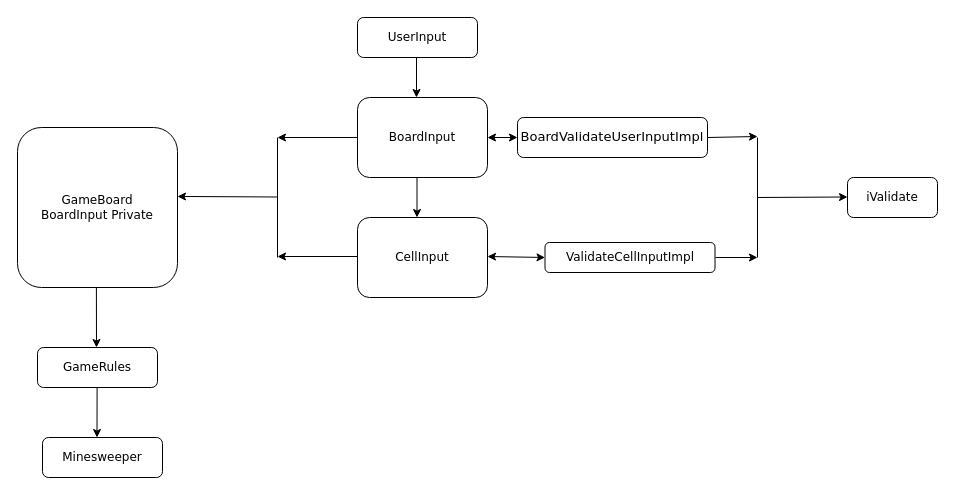
The draw.io diagram RefactoredMinesweeperr.drawio in Sree-Vidhya/MinesweeperSimple, before the edit. Source tidied: cells renumbered, new cells numbered last; positions are measured from the earlier drawing's top-left corner, leaving out a move shared by most shapes. Both pictures are drawn from the tidied source at 100%, with x=0, y=0 at pixel (17, 17).
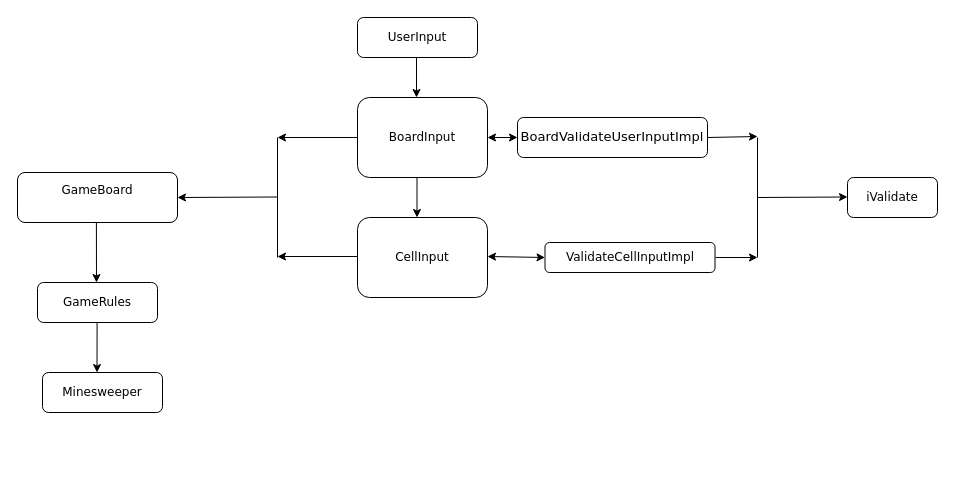
The same page after the edit.

The edit, as a diff of the source:
```diff
@@
-    <mxCell id="16" value="&lt;div&gt;&lt;font face=&quot;Verdana&quot;&gt;GameBoard&lt;/font&gt;&lt;/div&gt;&lt;div&gt;&lt;font face=&quot;Verdana&quot;&gt;BoardInput Private&lt;br&gt;&lt;/font&gt;&lt;/div&gt;" style="rounded=1;whiteSpace=wrap;html=1;" parent="1" vertex="1">
-      <mxGeometry y="110" width="160" height="160" as="geometry" />
+    <mxCell id="16" value="&lt;div&gt;&lt;font face=&quot;Verdana&quot;&gt;GameBoard&lt;/font&gt;&lt;/div&gt;&lt;div&gt;&lt;font face=&quot;Verdana&quot;&gt;&lt;br&gt;&lt;/font&gt;&lt;/div&gt;" style="rounded=1;whiteSpace=wrap;html=1;" parent="1" vertex="1">
+      <mxGeometry y="155" width="160" height="50" as="geometry" />
     </mxCell>
@@
-    <mxCell id="20" style="endArrow=classic;html=1;entryX=1;entryY=0.431;entryDx=0;entryDy=0;entryPerimeter=0;" parent="1" edge="1" target="16">
+    <mxCell id="20" style="endArrow=classic;html=1;entryX=1;entryY=0.5;entryDx=0;entryDy=0;" parent="1" edge="1" target="16">
       <mxGeometry relative="1" as="geometry">
         <mxPoint x="260" y="179.5" as="sourcePoint" />
       </mxGeometry>
     </mxCell>
     <mxCell id="21" value="&lt;font face=&quot;Verdana&quot;&gt;GameRules&lt;/font&gt;" style="rounded=1;whiteSpace=wrap;html=1;" parent="1" vertex="1">
-      <mxGeometry x="20" y="330" width="120" height="40" as="geometry" />
+      <mxGeometry x="20" y="265" width="120" height="40" as="geometry" />
     </mxCell>
     <mxCell id="22" style="endArrow=classic;html=1;exitX=0.462;exitY=1;exitDx=0;exitDy=0;exitPerimeter=0;" parent="1" edge="1">
       <mxGeometry relative="1" as="geometry">
-        <mxPoint x="78.9" y="270" as="sourcePoint" />
-        <mxPoint x="79" y="330" as="targetPoint" />
+        <mxPoint x="78.9" y="205" as="sourcePoint" />
+        <mxPoint x="79" y="265" as="targetPoint" />
       </mxGeometry>
     </mxCell>
     <mxCell id="23" value="&lt;font face=&quot;Verdana&quot;&gt;Minesweeper&lt;/font&gt;" style="rounded=1;whiteSpace=wrap;html=1;" parent="1" vertex="1">
-      <mxGeometry x="25" y="420" width="120" height="40" as="geometry" />
+      <mxGeometry x="25" y="355" width="120" height="40" as="geometry" />
     </mxCell>
     <mxCell id="24" style="endArrow=classic;html=1;exitX=0.462;exitY=1;exitDx=0;exitDy=0;exitPerimeter=0;entryX=0.5;entryY=0;entryDx=0;entryDy=0;" parent="1" edge="1">
       <mxGeometry relative="1" as="geometry">
-        <mxPoint x="79.6" y="370" as="sourcePoint" />
-        <mxPoint x="79.5" y="420" as="targetPoint" />
+        <mxPoint x="79.6" y="305" as="sourcePoint" />
+        <mxPoint x="79.5" y="355" as="targetPoint" />
       </mxGeometry>
     </mxCell>
```
